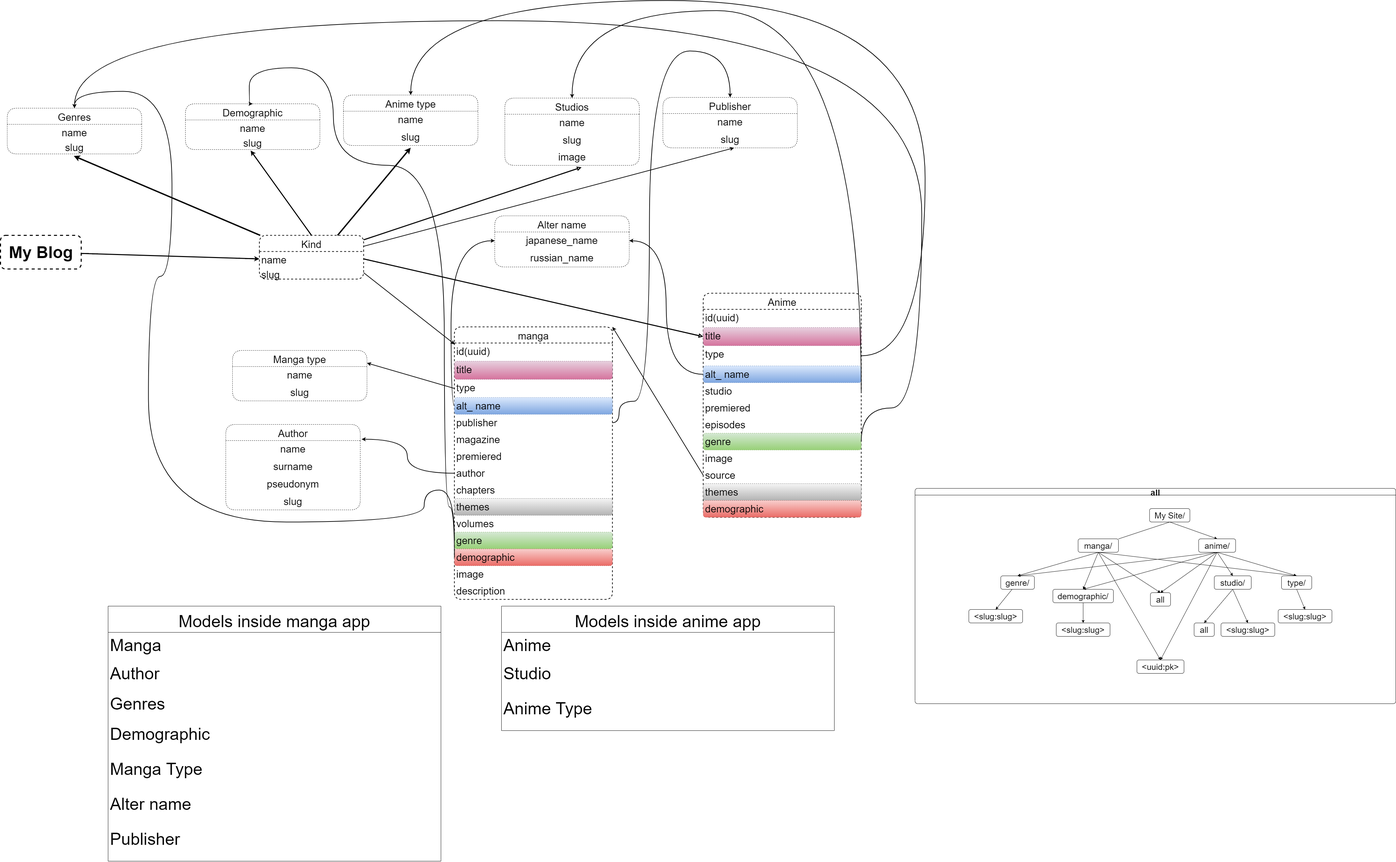
Earlier version of the draw.io export plan.drawio.png (Kimiyori/django_my_blog). Source tidied: cells renumbered, new cells last; positions are measured from the earlier drawing's top-left corner, leaving out a move shared by most shapes.
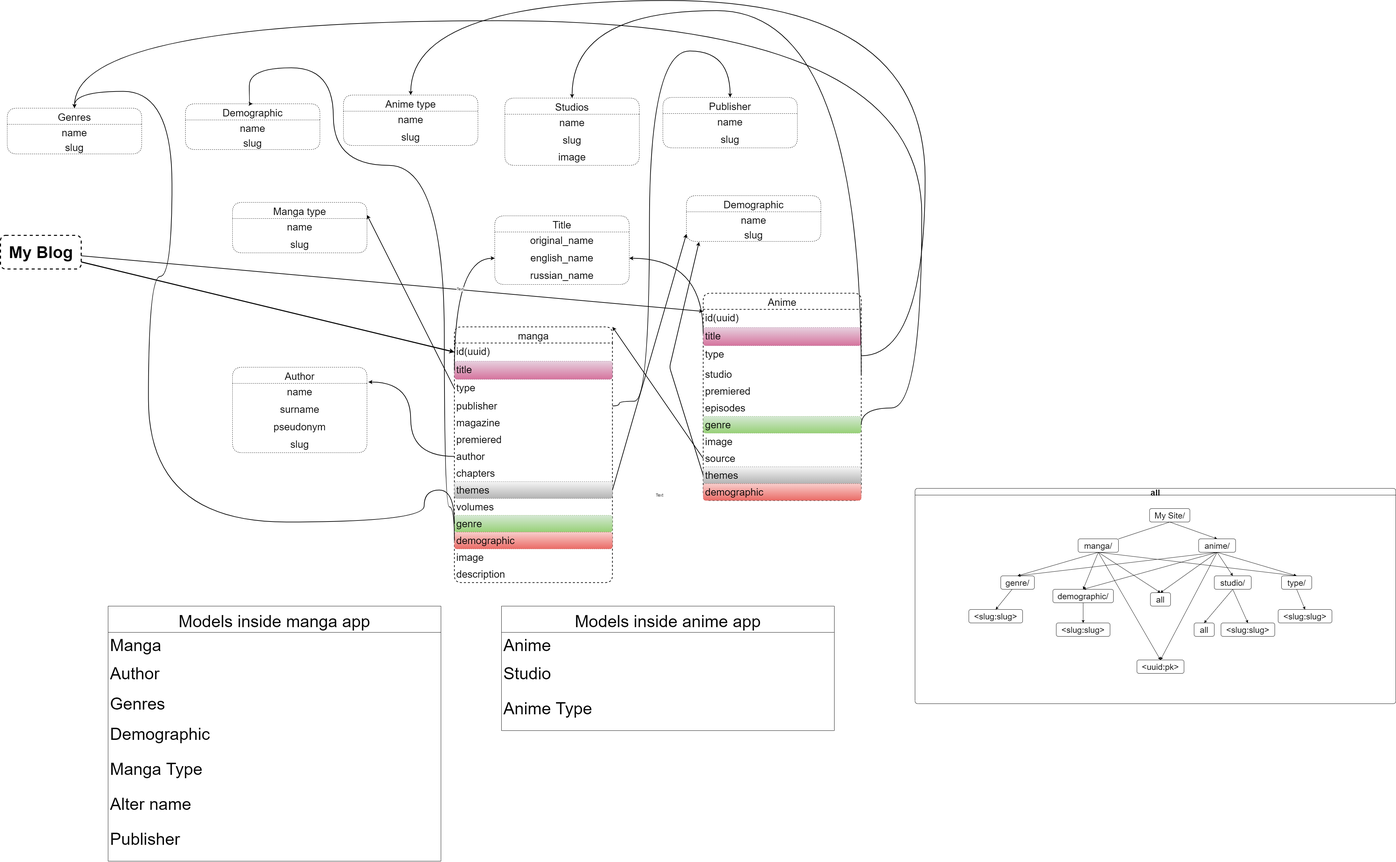
After the change.

Diff of the diagram source:
```diff
@@ -31,5 +31,8 @@
     </mxCell>
-    <mxCell id="11" style="edgeStyle=none;comic=0;html=1;shadow=0;fontSize=30;entryX=0;entryY=0.5;entryDx=0;entryDy=0;strokeWidth=3;curved=1;rounded=1;" parent="1" edge="1" source="12" target="18">
+    <mxCell id="11" style="edgeStyle=none;comic=0;html=1;shadow=0;fontSize=30;entryX=0;entryY=0.5;entryDx=0;entryDy=0;strokeWidth=3;curved=1;rounded=1;" parent="1" edge="1" source="12" target="76">
       <mxGeometry relative="1" as="geometry" />
     </mxCell>
+    <mxCell id="126" style="edgeStyle=none;html=1;strokeWidth=2;" parent="1" edge="1" source="12" target="23">
+      <mxGeometry relative="1" as="geometry" />
+    </mxCell>
     <mxCell id="12" value="My Blog" style="text;strokeColor=default;fillColor=none;html=1;fontSize=49;fontStyle=1;verticalAlign=middle;align=center;rounded=1;shadow=0;glass=0;dashed=1;strokeWidth=3;" parent="1" vertex="1">
@@ -37,26 +40,2 @@
     </mxCell>
-    <mxCell id="13" style="edgeStyle=none;comic=0;html=1;shadow=0;fontSize=30;strokeWidth=4;entryX=0.495;entryY=1.136;entryDx=0;entryDy=0;entryPerimeter=0;curved=1;rounded=1;" parent="1" edge="1" source="17" target="4">
-      <mxGeometry relative="1" as="geometry" />
-    </mxCell>
-    <mxCell id="14" style="edgeStyle=none;comic=0;html=1;shadow=0;fontSize=30;strokeWidth=4;exitX=0.75;exitY=0;exitDx=0;exitDy=0;curved=1;rounded=1;entryX=0.5;entryY=1.129;entryDx=0;entryDy=0;entryPerimeter=0;" parent="1" edge="1" source="17" target="10">
-      <mxGeometry relative="1" as="geometry" />
-    </mxCell>
-    <mxCell id="15" style="edgeStyle=none;comic=0;html=1;entryX=0.57;entryY=1.114;entryDx=0;entryDy=0;entryPerimeter=0;shadow=0;labelBorderColor=none;fontSize=30;endArrow=block;endFill=0;strokeWidth=3;elbow=vertical;curved=1;rounded=1;" parent="1" edge="1" source="17" target="39">
-      <mxGeometry relative="1" as="geometry" />
-    </mxCell>
-    <mxCell id="16" style="html=1;exitX=1;exitY=0.25;exitDx=0;exitDy=0;entryX=0.529;entryY=1;entryDx=0;entryDy=0;entryPerimeter=0;strokeWidth=2;" parent="1" edge="1" source="17" target="94">
-      <mxGeometry relative="1" as="geometry" />
-    </mxCell>
-    <mxCell id="17" value="Kind" style="swimlane;fontStyle=0;horizontal=1;startSize=48;fillColor=none;rounded=1;shadow=0;glass=0;dashed=1;fontSize=30;strokeColor=default;strokeWidth=2;swimlaneFillColor=none;" parent="1" vertex="1">
-      <mxGeometry x="770" y="698" width="310" height="130" as="geometry" />
-    </mxCell>
-    <mxCell id="18" value="name" style="text;strokeColor=none;fillColor=none;align=left;verticalAlign=top;spacingLeft=4;spacingRight=4;overflow=hidden;points=[[0,0.5],[1,0.5]];portConstraint=eastwest;rounded=1;shadow=0;glass=0;dashed=1;fontSize=30;" parent="17" vertex="1">
-      <mxGeometry y="48" width="310" height="44" as="geometry" />
-    </mxCell>
-    <mxCell id="19" value="slug" style="text;strokeColor=none;fillColor=none;align=left;verticalAlign=top;spacingLeft=4;spacingRight=4;overflow=hidden;points=[[0,0.5],[1,0.5]];portConstraint=eastwest;rounded=1;shadow=0;glass=0;dashed=1;fontSize=30;" parent="17" vertex="1">
-      <mxGeometry y="92" width="310" height="38" as="geometry" />
-    </mxCell>
-    <mxCell id="20" style="edgeStyle=none;comic=0;html=1;shadow=0;fontSize=30;strokeWidth=3;exitX=0.5;exitY=0;exitDx=0;exitDy=0;curved=1;rounded=1;entryX=0.485;entryY=1.068;entryDx=0;entryDy=0;entryPerimeter=0;" parent="1" edge="1" source="17" target="7">
-      <mxGeometry relative="1" as="geometry" />
-    </mxCell>
     <mxCell id="21" style="edgeStyle=orthogonalEdgeStyle;html=1;exitX=1;exitY=0.5;exitDx=0;exitDy=0;strokeWidth=2;curved=1;rounded=1;entryX=0.5;entryY=0;entryDx=0;entryDy=0;" parent="1" edge="1" source="25" target="8">
@@ -71,3 +50,3 @@
     <mxCell id="22" value="Anime" style="swimlane;fontStyle=0;horizontal=1;startSize=48;fillColor=none;rounded=1;shadow=0;glass=0;dashed=1;fontSize=30;strokeColor=default;strokeWidth=2;labelBackgroundColor=default;" parent="1" vertex="1">
-      <mxGeometry x="2090" y="870" width="470" height="666" as="geometry" />
+      <mxGeometry x="2090" y="870" width="470" height="616" as="geometry" />
     </mxCell>
@@ -82,32 +61,26 @@
     </mxCell>
-    <mxCell id="26" value="alt_ name&#10;" style="text;strokeColor=#6c8ebf;fillColor=#dae8fc;align=left;verticalAlign=top;spacingLeft=4;spacingRight=4;overflow=hidden;points=[[0,0.5],[1,0.5]];portConstraint=eastwest;rounded=1;shadow=0;glass=0;dashed=1;fontSize=30;gradientColor=#7ea6e0;" parent="22" vertex="1">
-      <mxGeometry y="216" width="470" height="50" as="geometry" />
-    </mxCell>
     <mxCell id="27" value="studio" style="text;strokeColor=none;fillColor=none;align=left;verticalAlign=top;spacingLeft=4;spacingRight=4;overflow=hidden;points=[[0,0.5],[1,0.5]];portConstraint=eastwest;rounded=1;shadow=0;glass=0;dashed=1;fontSize=30;" parent="22" vertex="1">
-      <mxGeometry y="266" width="470" height="50" as="geometry" />
+      <mxGeometry y="216" width="470" height="50" as="geometry" />
     </mxCell>
     <mxCell id="28" value="premiered" style="text;strokeColor=none;fillColor=none;align=left;verticalAlign=top;spacingLeft=4;spacingRight=4;overflow=hidden;rounded=1;shadow=0;glass=0;dashed=1;fontSize=30;" parent="22" vertex="1">
-      <mxGeometry y="316" width="470" height="50" as="geometry" />
+      <mxGeometry y="266" width="470" height="50" as="geometry" />
     </mxCell>
     <mxCell id="29" value="episodes" style="text;strokeColor=none;fillColor=none;align=left;verticalAlign=top;spacingLeft=4;spacingRight=4;overflow=hidden;rounded=1;shadow=0;glass=0;dashed=1;fontSize=30;" parent="22" vertex="1">
-      <mxGeometry y="366" width="470" height="50" as="geometry" />
+      <mxGeometry y="316" width="470" height="50" as="geometry" />
     </mxCell>
     <mxCell id="30" value="genre" style="text;strokeColor=#82b366;fillColor=#d5e8d4;align=left;verticalAlign=top;spacingLeft=4;spacingRight=4;overflow=hidden;points=[[0,0.5],[1,0.5]];portConstraint=eastwest;rounded=1;shadow=0;glass=0;dashed=1;fontSize=30;gradientColor=#97d077;" parent="22" vertex="1">
-      <mxGeometry y="416" width="470" height="50" as="geometry" />
+      <mxGeometry y="366" width="470" height="50" as="geometry" />
     </mxCell>
     <mxCell id="31" value="image" style="text;strokeColor=none;fillColor=none;align=left;verticalAlign=top;spacingLeft=4;spacingRight=4;overflow=hidden;rounded=1;shadow=0;glass=0;dashed=1;fontSize=30;" parent="22" vertex="1">
-      <mxGeometry y="466" width="470" height="50" as="geometry" />
+      <mxGeometry y="416" width="470" height="50" as="geometry" />
     </mxCell>
     <mxCell id="32" value="source" style="text;strokeColor=none;fillColor=none;align=left;verticalAlign=top;spacingLeft=4;spacingRight=4;overflow=hidden;points=[[0,0.5],[1,0.5]];portConstraint=eastwest;rounded=1;shadow=0;glass=0;dashed=1;fontSize=30;" parent="22" vertex="1">
-      <mxGeometry y="516" width="470" height="50" as="geometry" />
+      <mxGeometry y="466" width="470" height="50" as="geometry" />
     </mxCell>
     <mxCell id="33" value="themes" style="text;strokeColor=#666666;fillColor=#f5f5f5;align=left;verticalAlign=top;spacingLeft=4;spacingRight=4;overflow=hidden;points=[[0,0.5],[1,0.5]];portConstraint=eastwest;rounded=1;shadow=0;glass=0;dashed=1;fontSize=30;gradientColor=#b3b3b3;" parent="22" vertex="1">
-      <mxGeometry y="566" width="470" height="50" as="geometry" />
+      <mxGeometry y="516" width="470" height="50" as="geometry" />
     </mxCell>
     <mxCell id="34" value="demographic" style="text;strokeColor=#b85450;fillColor=#f8cecc;align=left;verticalAlign=top;spacingLeft=4;spacingRight=4;overflow=hidden;rounded=1;shadow=0;glass=0;dashed=1;fontSize=30;gradientColor=#ea6b66;" parent="22" vertex="1">
-      <mxGeometry y="616" width="470" height="50" as="geometry" />
+      <mxGeometry y="566" width="470" height="50" as="geometry" />
     </mxCell>
-    <mxCell id="35" style="comic=0;elbow=vertical;html=1;entryX=0;entryY=0.5;entryDx=0;entryDy=0;shadow=0;labelBorderColor=none;fontSize=30;endArrow=block;endFill=0;strokeWidth=3;exitX=1;exitY=0.5;exitDx=0;exitDy=0;curved=1;rounded=1;" parent="1" edge="1" source="18" target="24">
-      <mxGeometry relative="1" as="geometry" />
-    </mxCell>
     <mxCell id="36" value="Studios" style="swimlane;fontStyle=0;horizontal=1;startSize=48;dashed=1;fontSize=30;strokeWidth=1;rounded=1;shadow=0;comic=0;arcSize=20;swimlaneLine=1;gradientColor=none;swimlaneFillColor=none;align=center;" parent="1" vertex="1">
@@ -244,3 +217,3 @@
     <mxCell id="75" value="manga" style="swimlane;fontStyle=0;horizontal=1;startSize=48;fillColor=none;rounded=1;shadow=0;glass=0;dashed=1;fontSize=30;strokeColor=default;strokeWidth=2;labelBackgroundColor=default;" parent="1" vertex="1">
-      <mxGeometry x="1350" y="970" width="470" height="810" as="geometry" />
+      <mxGeometry x="1350" y="970" width="470" height="760" as="geometry" />
     </mxCell>
@@ -255,41 +228,35 @@
     </mxCell>
-    <mxCell id="79" value="alt_ name&#10;" style="text;strokeColor=#6c8ebf;fillColor=#dae8fc;align=left;verticalAlign=top;spacingLeft=4;spacingRight=4;overflow=hidden;points=[[0,0.5],[1,0.5]];portConstraint=eastwest;rounded=1;shadow=0;glass=0;dashed=1;fontSize=30;gradientColor=#7ea6e0;" parent="75" vertex="1">
-      <mxGeometry y="210" width="470" height="50" as="geometry" />
-    </mxCell>
     <mxCell id="80" value="publisher" style="text;strokeColor=none;fillColor=none;align=left;verticalAlign=top;spacingLeft=4;spacingRight=4;overflow=hidden;points=[[0,0.5],[1,0.5]];portConstraint=eastwest;rounded=1;shadow=0;glass=0;dashed=1;fontSize=30;" parent="75" vertex="1">
-      <mxGeometry y="260" width="470" height="50" as="geometry" />
+      <mxGeometry y="210" width="470" height="50" as="geometry" />
     </mxCell>
     <mxCell id="81" value="magazine" style="text;strokeColor=none;fillColor=none;align=left;verticalAlign=top;spacingLeft=4;spacingRight=4;overflow=hidden;rounded=1;shadow=0;glass=0;dashed=1;fontSize=30;" parent="75" vertex="1">
-      <mxGeometry y="310" width="470" height="50" as="geometry" />
+      <mxGeometry y="260" width="470" height="50" as="geometry" />
     </mxCell>
     <mxCell id="82" value="premiered" style="text;strokeColor=none;fillColor=none;align=left;verticalAlign=top;spacingLeft=4;spacingRight=4;overflow=hidden;rounded=1;shadow=0;glass=0;dashed=1;fontSize=30;" parent="75" vertex="1">
-      <mxGeometry y="360" width="470" height="50" as="geometry" />
+      <mxGeometry y="310" width="470" height="50" as="geometry" />
     </mxCell>
     <mxCell id="83" value="author" style="text;strokeColor=none;fillColor=none;align=left;verticalAlign=top;spacingLeft=4;spacingRight=4;overflow=hidden;points=[[0,0.5],[1,0.5]];portConstraint=eastwest;rounded=1;shadow=0;glass=0;dashed=1;fontSize=30;" parent="75" vertex="1">
-      <mxGeometry y="410" width="470" height="50" as="geometry" />
+      <mxGeometry y="360" width="470" height="50" as="geometry" />
     </mxCell>
     <mxCell id="84" value="chapters" style="text;strokeColor=none;fillColor=none;align=left;verticalAlign=top;spacingLeft=4;spacingRight=4;overflow=hidden;rounded=1;shadow=0;glass=0;dashed=1;fontSize=30;" parent="75" vertex="1">
-      <mxGeometry y="460" width="470" height="50" as="geometry" />
+      <mxGeometry y="410" width="470" height="50" as="geometry" />
     </mxCell>
     <mxCell id="85" value="themes" style="text;strokeColor=#666666;fillColor=#f5f5f5;align=left;verticalAlign=top;spacingLeft=4;spacingRight=4;overflow=hidden;points=[[0,0.5],[1,0.5]];portConstraint=eastwest;rounded=1;shadow=0;glass=0;dashed=1;fontSize=30;gradientColor=#b3b3b3;" parent="75" vertex="1">
-      <mxGeometry y="510" width="470" height="50" as="geometry" />
+      <mxGeometry y="460" width="470" height="50" as="geometry" />
     </mxCell>
     <mxCell id="86" value="volumes" style="text;strokeColor=none;fillColor=none;align=left;verticalAlign=top;spacingLeft=4;spacingRight=4;overflow=hidden;rounded=1;shadow=0;glass=0;dashed=1;fontSize=30;" parent="75" vertex="1">
-      <mxGeometry y="560" width="470" height="50" as="geometry" />
+      <mxGeometry y="510" width="470" height="50" as="geometry" />
     </mxCell>
     <mxCell id="87" value="genre" style="text;strokeColor=#82b366;fillColor=#d5e8d4;align=left;verticalAlign=top;spacingLeft=4;spacingRight=4;overflow=hidden;points=[[0,0.5],[1,0.5]];portConstraint=eastwest;rounded=1;shadow=0;glass=0;dashed=1;fontSize=30;gradientColor=#97d077;" parent="75" vertex="1">
-      <mxGeometry y="610" width="470" height="50" as="geometry" />
+      <mxGeometry y="560" width="470" height="50" as="geometry" />
     </mxCell>
     <mxCell id="88" value="demographic" style="text;strokeColor=#b85450;fillColor=#f8cecc;align=left;verticalAlign=top;spacingLeft=4;spacingRight=4;overflow=hidden;points=[[0,0.5],[1,0.5]];portConstraint=eastwest;rounded=1;shadow=0;glass=0;dashed=1;fontSize=30;gradientColor=#ea6b66;" parent="75" vertex="1">
-      <mxGeometry y="660" width="470" height="50" as="geometry" />
+      <mxGeometry y="610" width="470" height="50" as="geometry" />
     </mxCell>
     <mxCell id="89" value="image" style="text;strokeColor=none;fillColor=none;align=left;verticalAlign=top;spacingLeft=4;spacingRight=4;overflow=hidden;rounded=1;shadow=0;glass=0;dashed=1;fontSize=30;" parent="75" vertex="1">
-      <mxGeometry y="710" width="470" height="50" as="geometry" />
+      <mxGeometry y="660" width="470" height="50" as="geometry" />
     </mxCell>
     <mxCell id="90" value="description" style="text;strokeColor=none;fillColor=none;align=left;verticalAlign=top;spacingLeft=4;spacingRight=4;overflow=hidden;rounded=1;shadow=0;glass=0;dashed=1;fontSize=30;" parent="75" vertex="1">
-      <mxGeometry y="760" width="470" height="50" as="geometry" />
+      <mxGeometry y="710" width="470" height="50" as="geometry" />
     </mxCell>
-    <mxCell id="91" style="html=1;exitX=1;exitY=0.5;exitDx=0;exitDy=0;strokeWidth=2;entryX=0.002;entryY=0.064;entryDx=0;entryDy=0;entryPerimeter=0;" parent="1" edge="1" source="19" target="75">
-      <mxGeometry relative="1" as="geometry" />
-    </mxCell>
     <mxCell id="92" value="Publisher" style="swimlane;fontStyle=0;horizontal=1;startSize=48;dashed=1;fontSize=30;strokeWidth=1;rounded=1;shadow=0;comic=0;arcSize=20;swimlaneLine=1;gradientColor=none;swimlaneFillColor=none;align=center;" parent="1" vertex="1">
@@ -342,3 +309,3 @@
     <mxCell id="99" value="Manga type" style="swimlane;fontStyle=0;horizontal=1;startSize=48;dashed=1;fontSize=30;strokeWidth=1;rounded=1;shadow=0;comic=0;arcSize=20;swimlaneLine=1;gradientColor=none;swimlaneFillColor=none;align=center;" parent="1" vertex="1">
-      <mxGeometry x="690" y="1040" width="400" height="150" as="geometry" />
+      <mxGeometry x="690" y="600" width="400" height="150" as="geometry" />
     </mxCell>
@@ -353,16 +320,28 @@
     </mxCell>
-    <mxCell id="103" value="Alter name" style="swimlane;fontStyle=0;horizontal=1;startSize=48;dashed=1;fontSize=30;strokeWidth=1;rounded=1;shadow=0;comic=0;arcSize=20;swimlaneLine=1;gradientColor=none;swimlaneFillColor=none;align=center;" parent="1" vertex="1">
-      <mxGeometry x="1470" y="640" width="400" height="152" as="geometry" />
+    <mxCell id="103" value="Title" style="swimlane;fontStyle=0;horizontal=1;startSize=48;dashed=1;fontSize=30;strokeWidth=1;rounded=1;shadow=0;comic=0;arcSize=20;swimlaneLine=1;gradientColor=none;swimlaneFillColor=none;align=center;" parent="1" vertex="1">
+      <mxGeometry x="1470" y="640" width="400" height="204" as="geometry" />
     </mxCell>
+    <mxCell id="127" value="original_name" style="text;align=center;verticalAlign=top;spacingLeft=4;spacingRight=4;overflow=hidden;dashed=1;fontSize=30;rounded=1;glass=0;shadow=0;comic=0;arcSize=20;imageAspect=0;" parent="103" vertex="1">
+      <mxGeometry y="48" width="400" height="52" as="geometry" />
+    </mxCell>
-    <mxCell id="104" value="japanese_name" style="text;align=center;verticalAlign=top;spacingLeft=4;spacingRight=4;overflow=hidden;points=[[0,0.5],[1,0.5]];portConstraint=eastwest;dashed=1;fontSize=30;rounded=1;glass=0;shadow=0;comic=0;arcSize=20;imageAspect=0;" parent="103" vertex="1">
-      <mxGeometry y="48" width="400" height="52" as="geometry" />
+    <mxCell id="104" value="english_name" style="text;align=center;verticalAlign=top;spacingLeft=4;spacingRight=4;overflow=hidden;points=[[0,0.5],[1,0.5]];portConstraint=eastwest;dashed=1;fontSize=30;rounded=1;glass=0;shadow=0;comic=0;arcSize=20;imageAspect=0;" parent="103" vertex="1">
+      <mxGeometry y="100" width="400" height="52" as="geometry" />
     </mxCell>
     <mxCell id="105" value="russian_name" style="text;align=center;verticalAlign=top;spacingLeft=4;spacingRight=4;overflow=hidden;dashed=1;fontSize=30;rounded=1;glass=0;shadow=0;comic=0;arcSize=20;imageAspect=0;" parent="103" vertex="1">
-      <mxGeometry y="100" width="400" height="52" as="geometry" />
+      <mxGeometry y="152" width="400" height="52" as="geometry" />
     </mxCell>
-    <mxCell id="106" style="edgeStyle=orthogonalEdgeStyle;html=1;exitX=0;exitY=0.5;exitDx=0;exitDy=0;strokeWidth=2;curved=1;" parent="1" edge="1" source="79" target="104">
-      <mxGeometry relative="1" as="geometry" />
+    <mxCell id="106" style="edgeStyle=orthogonalEdgeStyle;html=1;strokeWidth=2;curved=1;" parent="1" edge="1" target="104">
+      <mxGeometry relative="1" as="geometry">
+        <mxPoint x="1350" y="1100" as="sourcePoint" />
+      </mxGeometry>
     </mxCell>
+    <mxCell id="128" value="Text" style="edgeLabel;html=1;align=center;verticalAlign=middle;" parent="106" vertex="1">
+      <mxGeometry x="0.06" y="-16" relative="1" as="geometry">
+        <mxPoint y="-1" as="offset" />
+      </mxGeometry>
+    </mxCell>
-    <mxCell id="107" style="edgeStyle=orthogonalEdgeStyle;curved=1;html=1;exitX=0;exitY=0.5;exitDx=0;exitDy=0;strokeWidth=2;" parent="1" edge="1" source="26" target="104">
-      <mxGeometry relative="1" as="geometry" />
+    <mxCell id="107" style="edgeStyle=orthogonalEdgeStyle;curved=1;html=1;strokeWidth=2;" parent="1" edge="1" target="104">
+      <mxGeometry relative="1" as="geometry">
+        <mxPoint x="2090" y="990" as="sourcePoint" />
+      </mxGeometry>
     </mxCell>
@@ -405,3 +384,3 @@
     <mxCell id="120" value="Author" style="swimlane;fontStyle=0;horizontal=1;startSize=48;dashed=1;fontSize=30;strokeWidth=1;rounded=1;shadow=0;comic=0;arcSize=20;swimlaneLine=1;gradientColor=none;swimlaneFillColor=none;align=center;" parent="1" vertex="1">
-      <mxGeometry x="670" y="1260" width="400" height="254" as="geometry" />
+      <mxGeometry x="690" y="1090" width="400" height="254" as="geometry" />
     </mxCell>
@@ -422,2 +401,24 @@
     </mxCell>
+    <mxCell id="129" value="Text" style="text;html=1;align=center;verticalAlign=middle;strokeColor=none;fillColor=none;" parent="1" vertex="1">
+      <mxGeometry x="1940" y="1460" width="40" height="20" as="geometry" />
+    </mxCell>
+    <mxCell id="130" value="Demographic" style="swimlane;fontStyle=0;horizontal=1;startSize=48;dashed=1;fontSize=30;strokeWidth=1;rounded=1;shadow=0;comic=0;arcSize=20;align=center;" parent="1" vertex="1">
+      <mxGeometry x="2040" y="580" width="400" height="136" as="geometry" />
+    </mxCell>
+    <mxCell id="18" value="name" style="text;align=center;verticalAlign=top;spacingLeft=4;spacingRight=4;overflow=hidden;points=[[0,0.5],[1,0.5]];portConstraint=eastwest;dashed=1;fontSize=30;rounded=1;glass=0;shadow=0;comic=0;arcSize=20;" parent="130" vertex="1">
+      <mxGeometry y="48" width="400" height="44" as="geometry" />
+    </mxCell>
+    <mxCell id="19" value="slug" style="text;align=center;verticalAlign=top;spacingLeft=4;spacingRight=4;overflow=hidden;points=[[0,0.5],[1,0.5]];portConstraint=eastwest;dashed=1;fontSize=30;rounded=1;glass=0;shadow=0;comic=0;arcSize=20;" parent="130" vertex="1">
+      <mxGeometry y="92" width="400" height="44" as="geometry" />
+    </mxCell>
+    <mxCell id="131" style="edgeStyle=none;html=1;exitX=1;exitY=0.5;exitDx=0;exitDy=0;entryX=0;entryY=0.5;entryDx=0;entryDy=0;strokeColor=default;strokeWidth=2;" parent="1" edge="1" source="85" target="19">
+      <mxGeometry relative="1" as="geometry" />
+    </mxCell>
+    <mxCell id="132" style="edgeStyle=none;html=1;exitX=0;exitY=0.5;exitDx=0;exitDy=0;entryX=0.094;entryY=1.034;entryDx=0;entryDy=0;entryPerimeter=0;strokeWidth=2;" parent="1" edge="1" source="33" target="19">
+      <mxGeometry relative="1" as="geometry">
+        <Array as="points">
+          <mxPoint x="1990" y="1090" />
+        </Array>
+      </mxGeometry>
+    </mxCell>
   </root>
```
